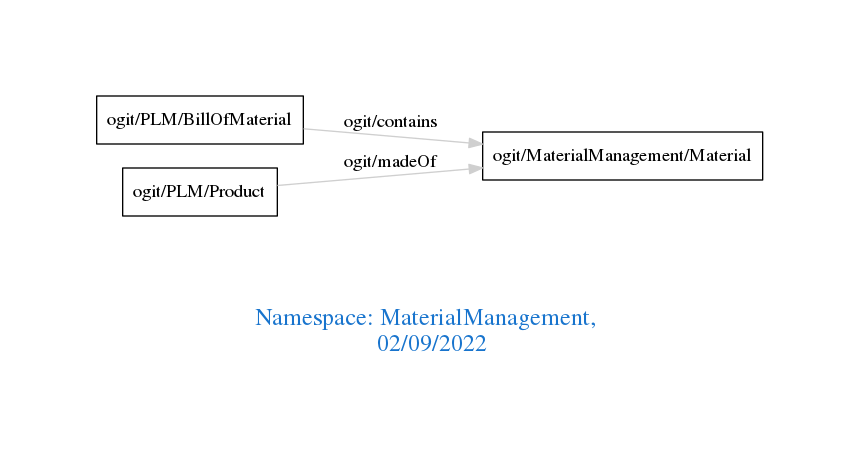
Above: downloads/MaterialManagement.png in arago/OGIT (Graphviz), before the change. Its source is kept beside it as downloads/MaterialManagement.dot.
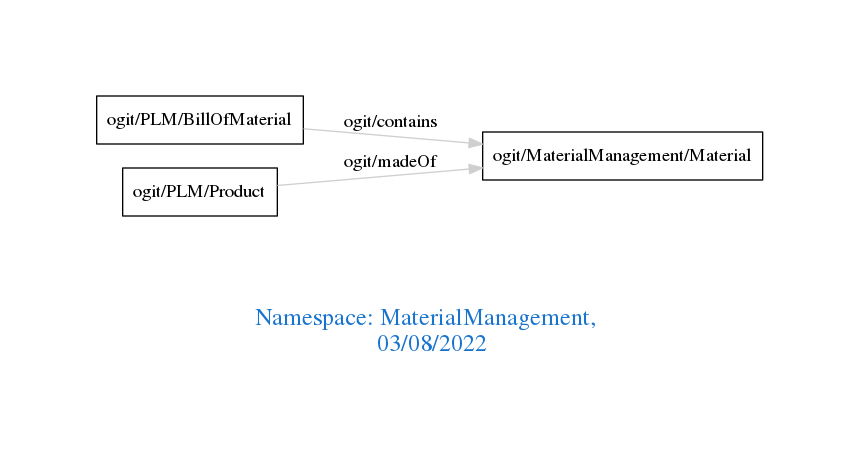
The same diagram one commit later.

What changed in the source:
```diff
@@ -1,7 +1,7 @@
 digraph OGIT_ontology {
  graph [ rankdir= LR,pad=1
 fontsize = 18,
-fontcolor= dodgerblue3,label = "\n\n\nNamespace: MaterialManagement, \n 02/09/2022"];
+fontcolor= dodgerblue3,label = "\n\n\nNamespace: MaterialManagement, \n 03/08/2022"];
 node[shape=polygon];
 edge [  color="gray81"];
 
```
